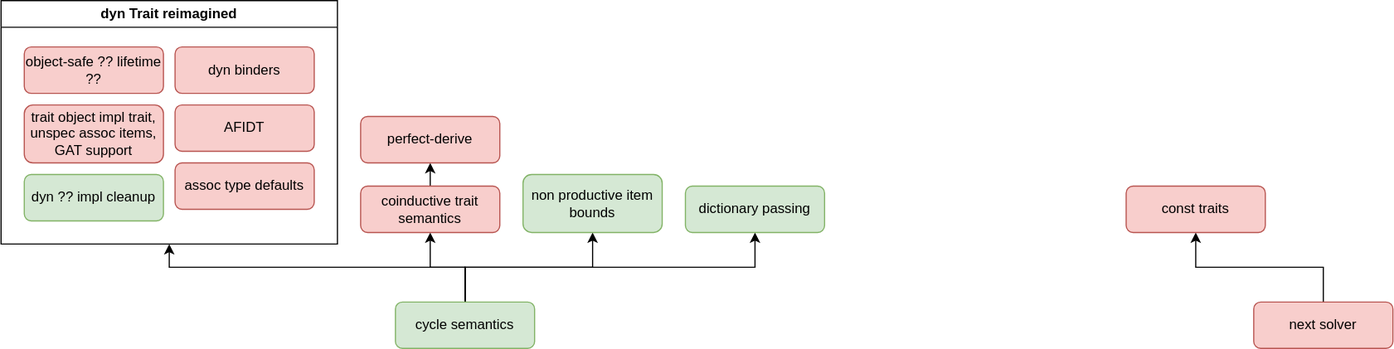
hexcatnl/roadmap keeps this draw.io diagram as roadmap.svg. Above is the earlier version. Source tidied: cells renumbered, new cells last; positions are measured from the earlier drawing's top-left corner, leaving out a move shared by most shapes. The source it was exported from:
```xml
<mxGraphModel>
  <root>
    <mxCell id="0" />
    <mxCell id="1" parent="0" />
    <mxCell id="2" style="edgeStyle=orthogonalEdgeStyle;rounded=0;jettySize=auto;html=1;exitX=0.5;exitY=0;exitDx=0;exitDy=0;entryX=0.5;entryY=1;entryDx=0;entryDy=0;" parent="1" edge="1" source="6" target="7">
      <mxGeometry relative="1" as="geometry">
        <Array as="points">
          <mxPoint x="400" y="230" />
          <mxPoint x="145" y="230" />
        </Array>
      </mxGeometry>
    </mxCell>
    <mxCell id="3" style="edgeStyle=orthogonalEdgeStyle;rounded=0;jettySize=auto;html=1;exitX=0.5;exitY=0;exitDx=0;exitDy=0;entryX=0.5;entryY=1;entryDx=0;entryDy=0;" parent="1" edge="1" source="6" target="17">
      <mxGeometry relative="1" as="geometry" />
    </mxCell>
    <mxCell id="4" style="edgeStyle=orthogonalEdgeStyle;rounded=0;jettySize=auto;html=1;exitX=0.5;exitY=0;exitDx=0;exitDy=0;entryX=0.5;entryY=1;entryDx=0;entryDy=0;" parent="1" edge="1" source="6" target="15">
      <mxGeometry relative="1" as="geometry">
        <Array as="points">
          <mxPoint x="400" y="230" />
          <mxPoint x="370" y="230" />
        </Array>
      </mxGeometry>
    </mxCell>
    <mxCell id="5" style="edgeStyle=orthogonalEdgeStyle;rounded=0;jettySize=auto;html=1;exitX=0.5;exitY=0;exitDx=0;exitDy=0;entryX=0.5;entryY=1;entryDx=0;entryDy=0;" parent="1" edge="1" source="6" target="18">
      <mxGeometry relative="1" as="geometry" />
    </mxCell>
    <mxCell id="6" value="cycle semantics" style="rounded=1;whiteSpace=wrap;html=1;fillColor=#d5e8d4;strokeColor=#82b366;" parent="1" vertex="1">
      <mxGeometry x="340" y="260" width="120" height="40" as="geometry" />
    </mxCell>
    <mxCell id="7" value="dyn Trait reimagined" style="swimlane;whiteSpace=wrap;html=1;" parent="1" vertex="1">
      <mxGeometry width="290" height="210" as="geometry" />
    </mxCell>
    <mxCell id="8" value="AFIDT" style="rounded=1;whiteSpace=wrap;html=1;fillColor=#f8cecc;strokeColor=#b85450;" parent="7" vertex="1">
      <mxGeometry x="150" y="90" width="120" height="40" as="geometry" />
    </mxCell>
    <mxCell id="9" value="&lt;div&gt;&lt;a href=&quot;https://github.com/rust-lang/rust/issues/29661&quot;&gt;assoc type defaults&lt;/a&gt;&lt;/div&gt;" style="rounded=1;whiteSpace=wrap;html=1;fillColor=#f8cecc;strokeColor=#b85450;" parent="7" vertex="1">
      <mxGeometry x="150" y="140" width="120" height="40" as="geometry" />
    </mxCell>
    <mxCell id="10" value="object-safe ?? lifetime ??" style="rounded=1;whiteSpace=wrap;html=1;fillColor=#f8cecc;strokeColor=#b85450;" parent="7" vertex="1">
      <mxGeometry x="20" y="40" width="120" height="40" as="geometry" />
    </mxCell>
    <mxCell id="11" value="dyn binders" style="rounded=1;whiteSpace=wrap;html=1;fillColor=#f8cecc;strokeColor=#b85450;" parent="7" vertex="1">
      <mxGeometry x="150" y="40" width="120" height="40" as="geometry" />
    </mxCell>
    <mxCell id="12" value="trait object impl trait, unspec assoc items, GAT support" style="rounded=1;whiteSpace=wrap;html=1;fillColor=#f8cecc;strokeColor=#b85450;" parent="7" vertex="1">
      <mxGeometry x="20" y="90" width="120" height="50" as="geometry" />
    </mxCell>
    <mxCell id="13" value="&lt;div&gt;&lt;a href=&quot;https://github.com/rust-lang/rust/issues/57893&quot;&gt;dyn ?? impl cleanup&lt;/a&gt;&lt;/div&gt;" style="rounded=1;whiteSpace=wrap;html=1;fillColor=#d5e8d4;strokeColor=#82b366;" parent="7" vertex="1">
      <mxGeometry x="20" y="150" width="120" height="40" as="geometry" />
    </mxCell>
    <mxCell id="14" style="edgeStyle=orthogonalEdgeStyle;rounded=0;jettySize=auto;html=1;exitX=0.5;exitY=0;exitDx=0;exitDy=0;entryX=0.5;entryY=1;entryDx=0;entryDy=0;" parent="1" edge="1" source="15" target="16">
      <mxGeometry relative="1" as="geometry" />
    </mxCell>
    <mxCell id="15" value="coinductive trait semantics" style="rounded=1;whiteSpace=wrap;html=1;fillColor=#f8cecc;strokeColor=#b85450;" parent="1" vertex="1">
      <mxGeometry x="310" y="160" width="120" height="40" as="geometry" />
    </mxCell>
    <mxCell id="16" value="perfect-derive" style="rounded=1;whiteSpace=wrap;html=1;fillColor=#f8cecc;strokeColor=#b85450;" parent="1" vertex="1">
      <mxGeometry x="310" y="100" width="120" height="40" as="geometry" />
    </mxCell>
    <mxCell id="17" value="&lt;div&gt;&lt;a href=&quot;https://github.com/rust-lang/rust/issues/135246&quot;&gt;non productive item bounds&lt;/a&gt;&lt;/div&gt;" style="rounded=1;whiteSpace=wrap;html=1;fillColor=#d5e8d4;strokeColor=#82b366;" parent="1" vertex="1">
      <mxGeometry x="450" y="150" width="120" height="50" as="geometry" />
    </mxCell>
    <mxCell id="18" value="dictionary passing" style="rounded=1;whiteSpace=wrap;html=1;fillColor=#d5e8d4;strokeColor=#82b366;" parent="1" vertex="1">
      <mxGeometry x="590" y="160" width="120" height="40" as="geometry" />
    </mxCell>
    <mxCell id="19" style="edgeStyle=orthogonalEdgeStyle;rounded=0;jettySize=auto;html=1;exitX=0.5;exitY=0;exitDx=0;exitDy=0;entryX=0.5;entryY=1;entryDx=0;entryDy=0;" parent="1" edge="1" source="20" target="21">
      <mxGeometry relative="1" as="geometry" />
    </mxCell>
    <mxCell id="20" value="next solver" style="rounded=1;whiteSpace=wrap;html=1;fillColor=#f8cecc;strokeColor=#b85450;" parent="1" vertex="1">
      <mxGeometry x="1080" y="260" width="120" height="40" as="geometry" />
    </mxCell>
    <mxCell id="21" value="const traits" style="rounded=1;whiteSpace=wrap;html=1;fillColor=#f8cecc;strokeColor=#b85450;" parent="1" vertex="1">
      <mxGeometry x="970" y="160" width="120" height="40" as="geometry" />
    </mxCell>
  </root>
</mxGraphModel>
```
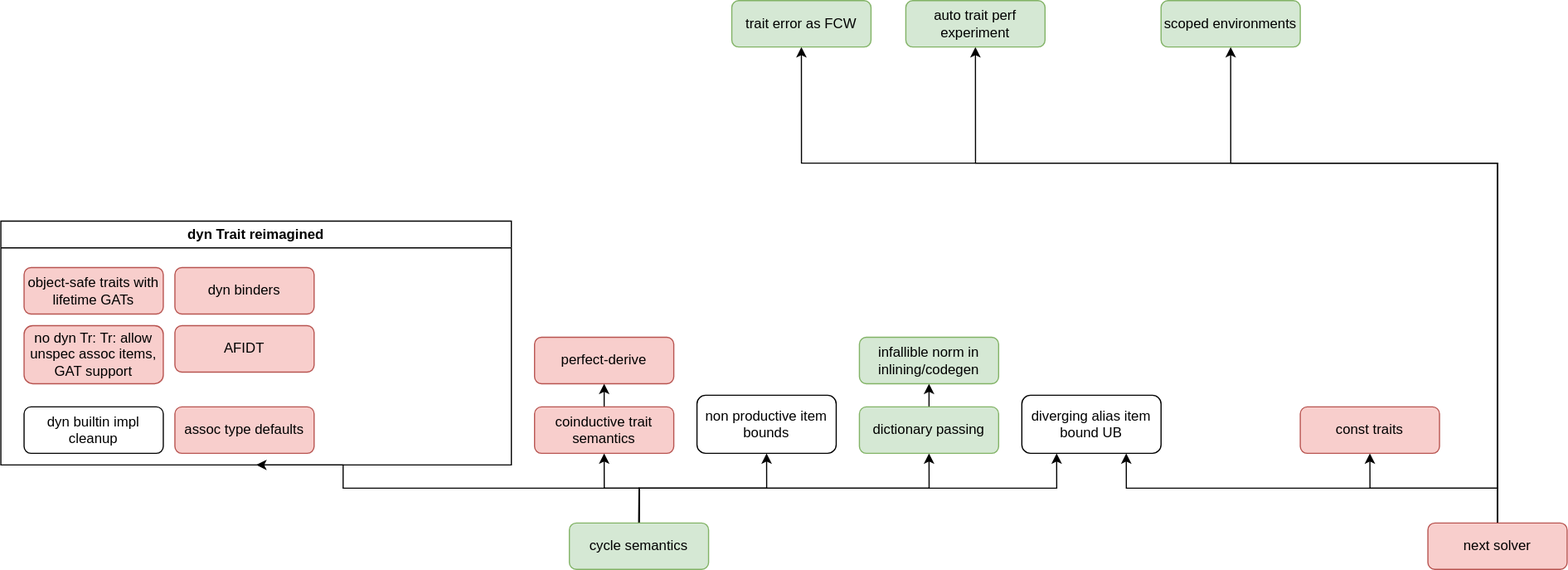
The same diagram one commit later.

The edit, as a diff of the source:
```diff
@@ -24,29 +24,32 @@
     <mxCell id="5" style="edgeStyle=orthogonalEdgeStyle;rounded=0;jettySize=auto;html=1;exitX=0.5;exitY=0;exitDx=0;exitDy=0;entryX=0.5;entryY=1;entryDx=0;entryDy=0;" parent="1" edge="1" source="6" target="18">
       <mxGeometry relative="1" as="geometry" />
     </mxCell>
+    <mxCell id="22" style="edgeStyle=orthogonalEdgeStyle;rounded=0;jettySize=auto;html=1;exitX=0.5;exitY=0;exitDx=0;exitDy=0;entryX=0.25;entryY=1;entryDx=0;entryDy=0;" parent="1" edge="1" source="6" target="29">
+      <mxGeometry relative="1" as="geometry" />
+    </mxCell>
     <mxCell id="6" value="cycle semantics" style="rounded=1;whiteSpace=wrap;html=1;fillColor=#d5e8d4;strokeColor=#82b366;" parent="1" vertex="1">
       <mxGeometry x="340" y="260" width="120" height="40" as="geometry" />
     </mxCell>
     <mxCell id="7" value="dyn Trait reimagined" style="swimlane;whiteSpace=wrap;html=1;" parent="1" vertex="1">
-      <mxGeometry width="290" height="210" as="geometry" />
+      <mxGeometry x="-150" width="440" height="210" as="geometry" />
     </mxCell>
     <mxCell id="8" value="AFIDT" style="rounded=1;whiteSpace=wrap;html=1;fillColor=#f8cecc;strokeColor=#b85450;" parent="7" vertex="1">
       <mxGeometry x="150" y="90" width="120" height="40" as="geometry" />
     </mxCell>
     <mxCell id="9" value="&lt;div&gt;&lt;a href=&quot;https://github.com/rust-lang/rust/issues/29661&quot;&gt;assoc type defaults&lt;/a&gt;&lt;/div&gt;" style="rounded=1;whiteSpace=wrap;html=1;fillColor=#f8cecc;strokeColor=#b85450;" parent="7" vertex="1">
-      <mxGeometry x="150" y="140" width="120" height="40" as="geometry" />
+      <mxGeometry x="150" y="160" width="120" height="40" as="geometry" />
     </mxCell>
-    <mxCell id="10" value="object-safe ?? lifetime ??" style="rounded=1;whiteSpace=wrap;html=1;fillColor=#f8cecc;strokeColor=#b85450;" parent="7" vertex="1">
+    <mxCell id="10" value="object-safe traits with lifetime GATs" style="rounded=1;whiteSpace=wrap;html=1;fillColor=#f8cecc;strokeColor=#b85450;" parent="7" vertex="1">
       <mxGeometry x="20" y="40" width="120" height="40" as="geometry" />
     </mxCell>
     <mxCell id="11" value="dyn binders" style="rounded=1;whiteSpace=wrap;html=1;fillColor=#f8cecc;strokeColor=#b85450;" parent="7" vertex="1">
       <mxGeometry x="150" y="40" width="120" height="40" as="geometry" />
     </mxCell>
-    <mxCell id="12" value="trait object impl trait, unspec assoc items, GAT support" style="rounded=1;whiteSpace=wrap;html=1;fillColor=#f8cecc;strokeColor=#b85450;" parent="7" vertex="1">
+    <mxCell id="12" value="no dyn Tr: Tr: allow unspec assoc items, GAT support" style="rounded=1;whiteSpace=wrap;html=1;fillColor=#f8cecc;strokeColor=#b85450;" parent="7" vertex="1">
       <mxGeometry x="20" y="90" width="120" height="50" as="geometry" />
     </mxCell>
-    <mxCell id="13" value="&lt;div&gt;&lt;a href=&quot;https://github.com/rust-lang/rust/issues/57893&quot;&gt;dyn ?? impl cleanup&lt;/a&gt;&lt;/div&gt;" style="rounded=1;whiteSpace=wrap;html=1;fillColor=#d5e8d4;strokeColor=#82b366;" parent="7" vertex="1">
-      <mxGeometry x="20" y="150" width="120" height="40" as="geometry" />
+    <mxCell id="13" value="&lt;div&gt;&lt;a href=&quot;https://github.com/rust-lang/rust/issues/57893&quot;&gt;dyn builtin impl cleanup&lt;/a&gt;&lt;/div&gt;" style="rounded=1;whiteSpace=wrap;html=1;fillColor=light-dark(#FFFFFF,#FF0000);" parent="7" vertex="1">
+      <mxGeometry x="20" y="160" width="120" height="40" as="geometry" />
     </mxCell>
     <mxCell id="14" style="edgeStyle=orthogonalEdgeStyle;rounded=0;jettySize=auto;html=1;exitX=0.5;exitY=0;exitDx=0;exitDy=0;entryX=0.5;entryY=1;entryDx=0;entryDy=0;" parent="1" edge="1" source="15" target="16">
       <mxGeometry relative="1" as="geometry" />
@@ -57,20 +60,65 @@
     <mxCell id="16" value="perfect-derive" style="rounded=1;whiteSpace=wrap;html=1;fillColor=#f8cecc;strokeColor=#b85450;" parent="1" vertex="1">
       <mxGeometry x="310" y="100" width="120" height="40" as="geometry" />
     </mxCell>
-    <mxCell id="17" value="&lt;div&gt;&lt;a href=&quot;https://github.com/rust-lang/rust/issues/135246&quot;&gt;non productive item bounds&lt;/a&gt;&lt;/div&gt;" style="rounded=1;whiteSpace=wrap;html=1;fillColor=#d5e8d4;strokeColor=#82b366;" parent="1" vertex="1">
+    <mxCell id="17" value="&lt;div&gt;&lt;a href=&quot;https://github.com/rust-lang/rust/issues/135246&quot;&gt;non productive item bounds&lt;/a&gt;&lt;/div&gt;" style="rounded=1;whiteSpace=wrap;html=1;fillColor=light-dark(#FFFFFF,#FF3333);" parent="1" vertex="1">
       <mxGeometry x="450" y="150" width="120" height="50" as="geometry" />
     </mxCell>
+    <mxCell id="23" style="edgeStyle=orthogonalEdgeStyle;rounded=0;jettySize=auto;html=1;exitX=0.5;exitY=0;exitDx=0;exitDy=0;entryX=0.5;entryY=1;entryDx=0;entryDy=0;" parent="1" edge="1" source="18" target="28">
+      <mxGeometry relative="1" as="geometry" />
+    </mxCell>
     <mxCell id="18" value="dictionary passing" style="rounded=1;whiteSpace=wrap;html=1;fillColor=#d5e8d4;strokeColor=#82b366;" parent="1" vertex="1">
       <mxGeometry x="590" y="160" width="120" height="40" as="geometry" />
     </mxCell>
     <mxCell id="19" style="edgeStyle=orthogonalEdgeStyle;rounded=0;jettySize=auto;html=1;exitX=0.5;exitY=0;exitDx=0;exitDy=0;entryX=0.5;entryY=1;entryDx=0;entryDy=0;" parent="1" edge="1" source="20" target="21">
       <mxGeometry relative="1" as="geometry" />
     </mxCell>
+    <mxCell id="24" style="edgeStyle=orthogonalEdgeStyle;rounded=0;jettySize=auto;html=1;exitX=0.5;exitY=0;exitDx=0;exitDy=0;entryX=0.75;entryY=1;entryDx=0;entryDy=0;" parent="1" edge="1" source="20" target="29">
+      <mxGeometry relative="1" as="geometry" />
+    </mxCell>
+    <mxCell id="25" style="edgeStyle=orthogonalEdgeStyle;rounded=0;jettySize=auto;html=1;exitX=0.5;exitY=0;exitDx=0;exitDy=0;entryX=0.5;entryY=1;entryDx=0;entryDy=0;" parent="1" edge="1" source="20" target="30">
+      <mxGeometry relative="1" as="geometry">
+        <Array as="points">
+          <mxPoint x="1140" y="-50" />
+          <mxPoint x="910" y="-50" />
+        </Array>
+      </mxGeometry>
+    </mxCell>
+    <mxCell id="26" style="edgeStyle=orthogonalEdgeStyle;rounded=0;jettySize=auto;html=1;exitX=0.5;exitY=0;exitDx=0;exitDy=0;entryX=0.5;entryY=1;entryDx=0;entryDy=0;" parent="1" edge="1" source="20" target="31">
+      <mxGeometry relative="1" as="geometry">
+        <Array as="points">
+          <mxPoint x="1140" y="-50" />
+          <mxPoint x="690" y="-50" />
+        </Array>
+      </mxGeometry>
+    </mxCell>
+    <mxCell id="27" style="edgeStyle=orthogonalEdgeStyle;rounded=0;jettySize=auto;html=1;exitX=0.5;exitY=0;exitDx=0;exitDy=0;entryX=0.5;entryY=1;entryDx=0;entryDy=0;" parent="1" edge="1" source="20" target="32">
+      <mxGeometry relative="1" as="geometry">
+        <Array as="points">
+          <mxPoint x="1140" y="-50" />
+          <mxPoint x="540" y="-50" />
+        </Array>
+      </mxGeometry>
+    </mxCell>
     <mxCell id="20" value="next solver" style="rounded=1;whiteSpace=wrap;html=1;fillColor=#f8cecc;strokeColor=#b85450;" parent="1" vertex="1">
       <mxGeometry x="1080" y="260" width="120" height="40" as="geometry" />
     </mxCell>
     <mxCell id="21" value="const traits" style="rounded=1;whiteSpace=wrap;html=1;fillColor=#f8cecc;strokeColor=#b85450;" parent="1" vertex="1">
       <mxGeometry x="970" y="160" width="120" height="40" as="geometry" />
     </mxCell>
+    <mxCell id="28" value="infallible norm in inlining/codegen" style="rounded=1;whiteSpace=wrap;html=1;fillColor=#d5e8d4;strokeColor=#82b366;" parent="1" vertex="1">
+      <mxGeometry x="590" y="100" width="120" height="40" as="geometry" />
+    </mxCell>
+    <mxCell id="29" value="&lt;a href=&quot;https://github.com/rust-lang/rust/issues/135011&quot;&gt;diverging alias item bound UB&lt;/a&gt;" style="rounded=1;whiteSpace=wrap;html=1;fillColor=light-dark(#FFFFFF,#FF3333);" parent="1" vertex="1">
+      <mxGeometry x="730" y="150" width="120" height="50" as="geometry" />
+    </mxCell>
+    <mxCell id="30" value="scoped environments" style="rounded=1;whiteSpace=wrap;html=1;fillColor=#d5e8d4;strokeColor=#82b366;" parent="1" vertex="1">
+      <mxGeometry x="850" y="-190" width="120" height="40" as="geometry" />
+    </mxCell>
+    <mxCell id="31" value="auto trait perf experiment" style="rounded=1;whiteSpace=wrap;html=1;fillColor=#d5e8d4;strokeColor=#82b366;" parent="1" vertex="1">
+      <mxGeometry x="630" y="-190" width="120" height="40" as="geometry" />
+    </mxCell>
+    <mxCell id="32" value="trait error as FCW" style="rounded=1;whiteSpace=wrap;html=1;fillColor=#d5e8d4;strokeColor=#82b366;" parent="1" vertex="1">
+      <mxGeometry x="480" y="-190" width="120" height="40" as="geometry" />
+    </mxCell>
   </root>
 </mxGraphModel>
```
